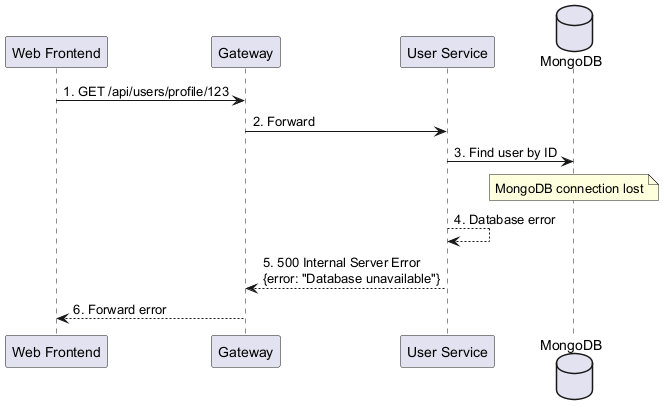
Before: images/Database Down.png, a diagram exported from PlantUML (Arquisoft/yovi_en2c).
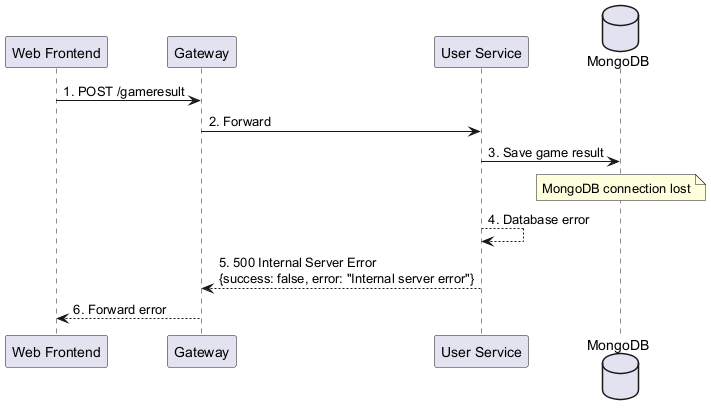
Above is the later version.

What changed in the source:
```diff
@@ -4,15 +4,14 @@
 participant "User Service" as Users
 database "MongoDB" as DB
 
-Webapp -> Gateway: 1. GET /api/users/profile/123
+Webapp -> Gateway: 1. POST /gameresult
 Gateway -> Users: 2. Forward
 
-Users -> DB: 3. Find user by ID
+Users -> DB: 3. Save game result
 note over DB: MongoDB connection lost
 
 Users --> Users: 4. Database error
-Users --> Gateway: 5. 500 Internal Server Error\n{error: "Database unavailable"}
+Users --> Gateway: 5. 500 Internal Server Error\n{success: false, error: "Internal server error"}
 Gateway --> Webapp: 6. Forward error
 
-
 @enduml
```
